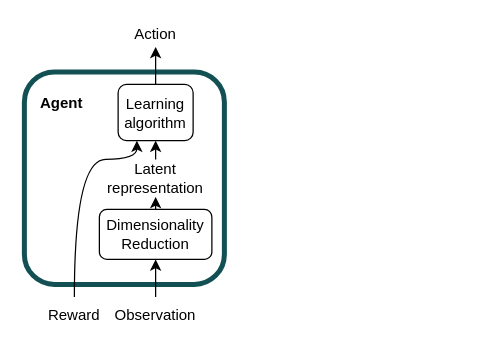
Earlier version of the draw.io diagram Thesis/imgs/rl_cycle_dim_red.drawio (Niels-vv/Safe-RL-With-DR). Source tidied: cells renumbered, new cells numbered last; positions are measured from the earlier drawing's top-left corner, leaving out a move shared by most shapes. Both pictures are drawn from the tidied source at 125%, with x=0, y=0 at pixel (24, 21).
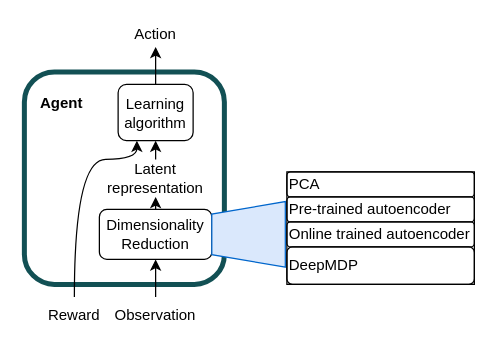
After the change.

The edit, as a diff of the source:
```diff
@@
+    <mxCell id="15" style="shape=trapezoid;perimeter=trapezoidPerimeter;whiteSpace=wrap;html=1;fixedSize=1;size=10;rotation=-90;fillColor=#dae8fc;strokeColor=#0066CC;" parent="1" vertex="1">
+      <mxGeometry x="153.1" y="140.6" width="52.5" height="58.8" as="geometry" />
+    </mxCell>
+    <mxCell id="16" style="group;rounded=0;strokeColor=default;" parent="1" vertex="1">
+      <mxGeometry x="210" y="120" width="150" height="90" as="geometry" />
+    </mxCell>
+    <mxCell id="17" value="&lt;div align=&quot;left&quot;&gt;PCA&lt;/div&gt;" style="text;html=1;strokeColor=default;fillColor=none;align=left;verticalAlign=middle;whiteSpace=wrap;rounded=1;glass=0;" parent="16" vertex="1">
+      <mxGeometry width="150" height="20" as="geometry" />
+    </mxCell>
+    <mxCell id="18" value="Pre-trained autoencoder" style="text;html=1;strokeColor=default;fillColor=none;align=left;verticalAlign=middle;whiteSpace=wrap;rounded=1;glass=0;" parent="16" vertex="1">
+      <mxGeometry y="20" width="150" height="20" as="geometry" />
+    </mxCell>
+    <mxCell id="19" value="Online trained autoencoder" style="text;html=1;strokeColor=default;fillColor=none;align=left;verticalAlign=middle;whiteSpace=wrap;rounded=1;glass=0;" parent="16" vertex="1">
+      <mxGeometry y="40" width="150" height="20" as="geometry" />
+    </mxCell>
+    <mxCell id="20" value="DeepMDP" style="text;html=1;strokeColor=default;fillColor=none;align=left;verticalAlign=middle;whiteSpace=wrap;rounded=1;glass=0;" parent="16" vertex="1">
+      <mxGeometry y="60" width="150" height="30" as="geometry" />
+    </mxCell>
```
